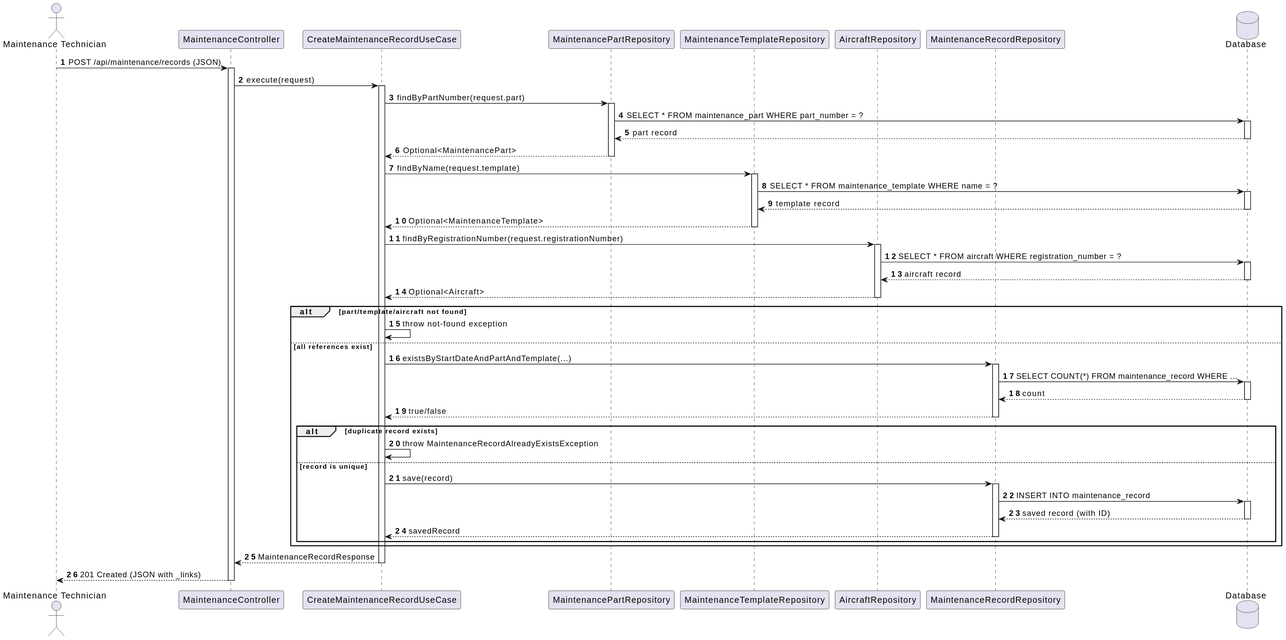
Earlier version of the PlantUML export docs/system-documentation/use-cases/WP4A/US115a/svg/sd_us115a.svg (VascoMagolo/psoft_1231562_1241692_1242036_2db).
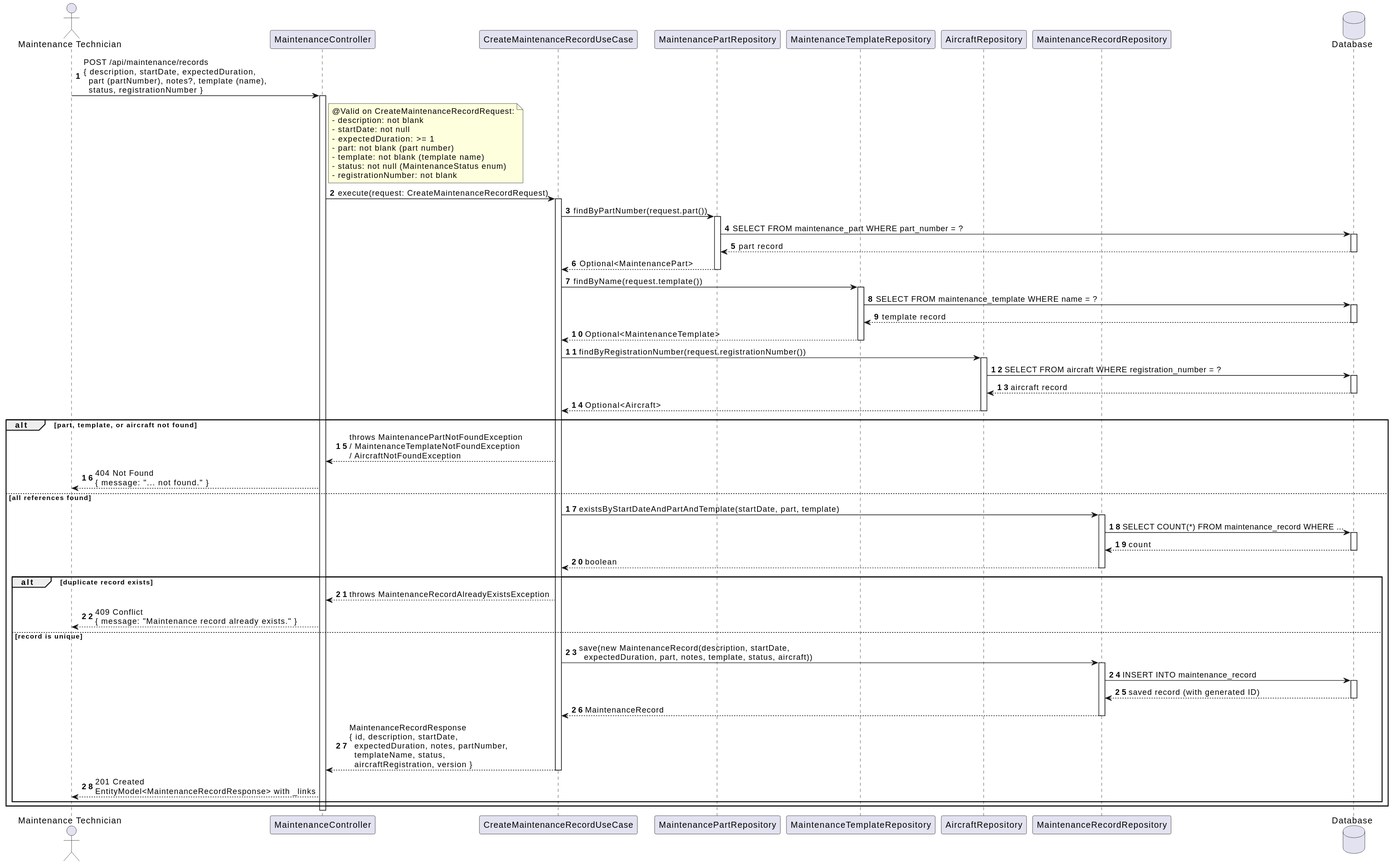
After the change.

The edit, as a diff of the source:
```diff
@@ -8,60 +8,82 @@
 participant "AircraftRepository" as AircraftRepo
 participant "MaintenanceRecordRepository" as Repo
 database "Database" as DB
-MT -> Ctrl : POST /api/maintenance/records (JSON)
+
+MT -> Ctrl : POST /api/maintenance/records\n{ description, startDate, expectedDuration,\n  part (partNumber), notes?, template (name),\n  status, registrationNumber }
 activate Ctrl
-Ctrl -> UC : execute(request)
+
+note right of Ctrl
+  @Valid on CreateMaintenanceRecordRequest:
+  - description: not blank
+  - startDate: not null
+  - expectedDuration: >= 1
+  - part: not blank (part number)
+  - template: not blank (template name)
+  - status: not null (MaintenanceStatus enum)
+  - registrationNumber: not blank
+end note
+
+Ctrl -> UC : execute(request: CreateMaintenanceRecordRequest)
 activate UC
-UC -> PartRepo : findByPartNumber(request.part)
+
+UC -> PartRepo : findByPartNumber(request.part())
 activate PartRepo
-PartRepo -> DB : SELECT * FROM maintenance_part WHERE part_number = ?
+PartRepo -> DB : SELECT FROM maintenance_part WHERE part_number = ?
 activate DB
 DB --> PartRepo : part record
 deactivate DB
 PartRepo --> UC : Optional<MaintenancePart>
 deactivate PartRepo
-UC -> TemplateRepo : findByName(request.template)
+
+UC -> TemplateRepo : findByName(request.template())
 activate TemplateRepo
-TemplateRepo -> DB : SELECT * FROM maintenance_template WHERE name = ?
+TemplateRepo -> DB : SELECT FROM maintenance_template WHERE name = ?
 activate DB
 DB --> TemplateRepo : template record
 deactivate DB
 TemplateRepo --> UC : Optional<MaintenanceTemplate>
 deactivate TemplateRepo
-UC -> AircraftRepo : findByRegistrationNumber(request.registrationNumber)
+
+UC -> AircraftRepo : findByRegistrationNumber(request.registrationNumber())
 activate AircraftRepo
-AircraftRepo -> DB : SELECT * FROM aircraft WHERE registration_number = ?
+AircraftRepo -> DB : SELECT FROM aircraft WHERE registration_number = ?
 activate DB
 DB --> AircraftRepo : aircraft record
 deactivate DB
 AircraftRepo --> UC : Optional<Aircraft>
 deactivate AircraftRepo
-alt part/template/aircraft not found
-    UC -> UC : throw not-found exception
-else all references exist
-    UC -> Repo : existsByStartDateAndPartAndTemplate(...)
+
+alt part, template, or aircraft not found
+  UC --> Ctrl : throws MaintenancePartNotFoundException\n/ MaintenanceTemplateNotFoundException\n/ AircraftNotFoundException
+  Ctrl --> MT : 404 Not Found\n{ message: "... not found." }
+else all references found
+  UC -> Repo : existsByStartDateAndPartAndTemplate(startDate, part, template)
+  activate Repo
+  Repo -> DB : SELECT COUNT(*) FROM maintenance_record WHERE ...
+  activate DB
+  DB --> Repo : count
+  deactivate DB
+  Repo --> UC : boolean
+  deactivate Repo
+
+  alt duplicate record exists
+    UC --> Ctrl : throws MaintenanceRecordAlreadyExistsException
+    Ctrl --> MT : 409 Conflict\n{ message: "Maintenance record already exists." }
+  else record is unique
+    UC -> Repo : save(new MaintenanceRecord(description, startDate,\n  expectedDuration, part, notes, template, status, aircraft))
     activate Repo
-    Repo -> DB : SELECT COUNT(*) FROM maintenance_record WHERE ...
+    Repo -> DB : INSERT INTO maintenance_record
     activate DB
-    DB --> Repo : count
-deactivate DB
-    Repo --> UC : true/false
+    DB --> Repo : saved record (with generated ID)
+    deactivate DB
+    Repo --> UC : MaintenanceRecord
     deactivate Repo
-    alt duplicate record exists
-        UC -> UC : throw MaintenanceRecordAlreadyExistsException
-    else record is unique
-        UC -> Repo : save(record)
-        activate Repo
-        Repo -> DB : INSERT INTO maintenance_record
-        activate DB
-        DB --> Repo : saved record (with ID)
-        deactivate DB
-        Repo --> UC : savedRecord
-        deactivate Repo
-    end
+
+    UC --> Ctrl : MaintenanceRecordResponse\n{ id, description, startDate,\n  expectedDuration, notes, partNumber,\n  templateName, status,\n  aircraftRegistration, version }
+    deactivate UC
+    Ctrl --> MT : 201 Created\nEntityModel<MaintenanceRecordResponse> with _links
+  end
 end
-UC --> Ctrl : MaintenanceRecordResponse
-deactivate UC
-Ctrl --> MT : 201 Created (JSON with _links)
+
 deactivate Ctrl
 @enduml
```
